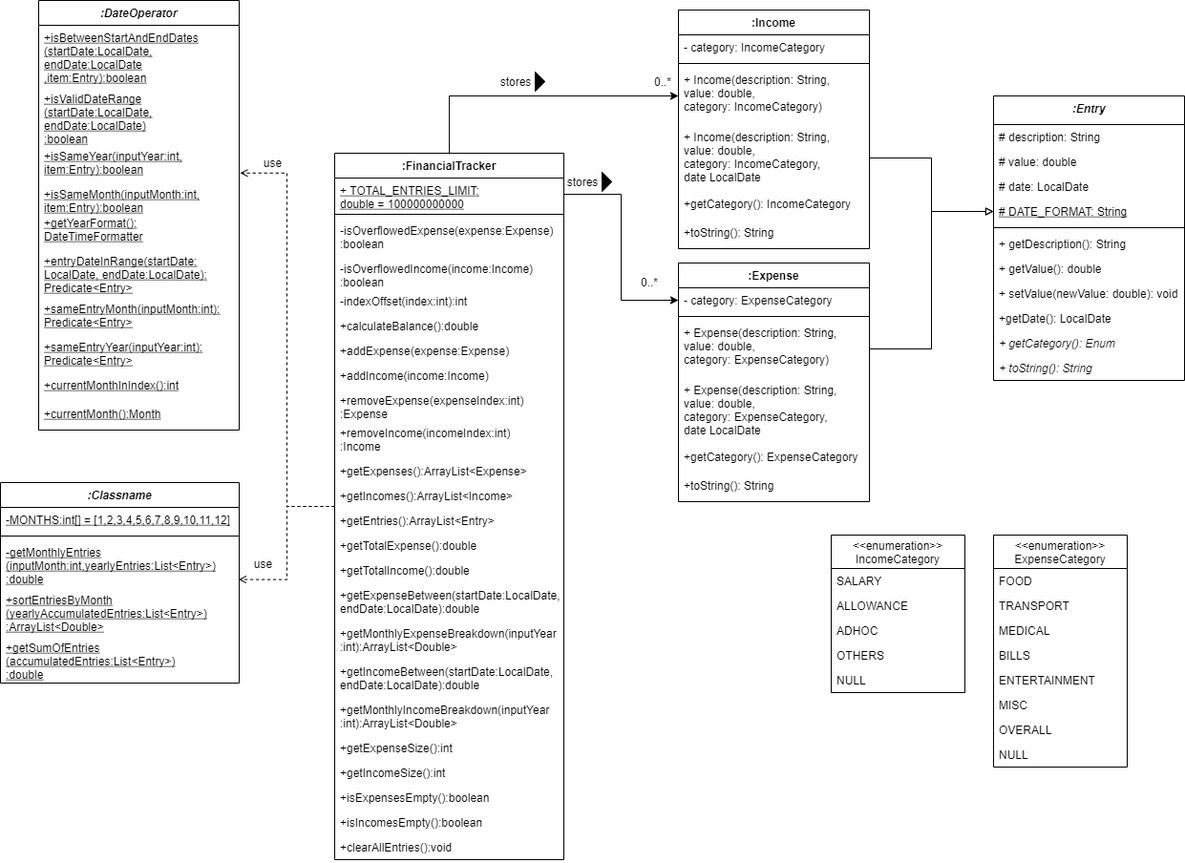
Before: docs/FinancialTrackerCD.drawio.png, a diagram exported from draw.io (nus-cs2113-AY2122S1/tp). Source tidied: cells renumbered, new cells last; positions are measured from the earlier drawing's top-left corner, leaving out a move shared by most shapes.
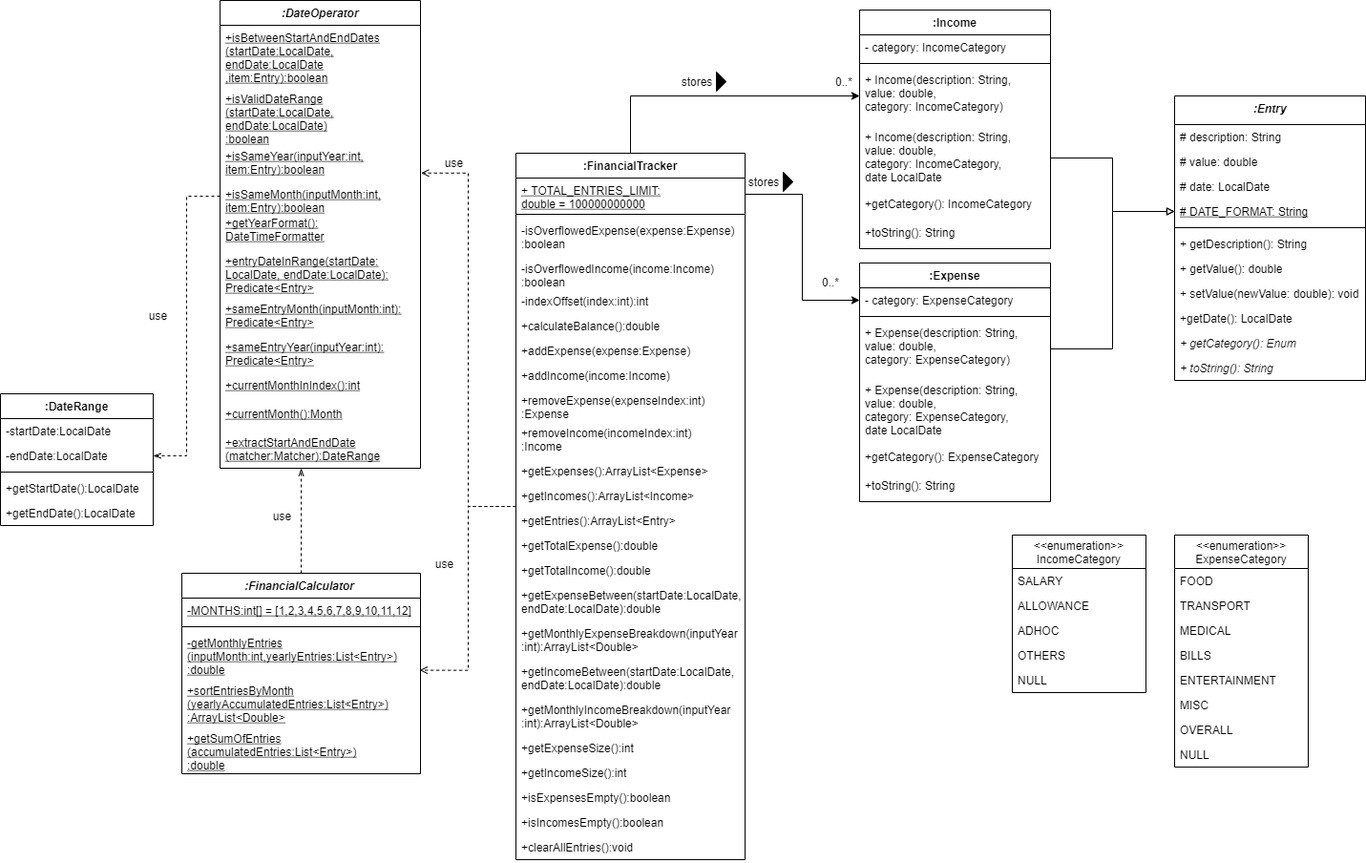
After the change.

What changed in the source:
```diff
@@ -219,7 +219,7 @@
       <mxGeometry relative="1" as="geometry" />
     </mxCell>
     <mxCell id="74" value=":DateOperator" style="swimlane;fontStyle=3;horizontal=1;startSize=26;fillColor=none;fontColor=#000000;" parent="1" vertex="1">
-      <mxGeometry x="40" width="210" height="450" as="geometry" />
+      <mxGeometry x="40" width="210" height="490" as="geometry" />
     </mxCell>
     <mxCell id="75" value="+isBetweenStartAndEndDates&#10;(startDate:LocalDate,&#10;endDate:LocalDate&#10;,item:Entry):boolean&#10;" style="text;strokeColor=none;fillColor=none;align=left;verticalAlign=top;spacingLeft=4;spacingRight=4;overflow=hidden;fontColor=#000000;fontStyle=4;" parent="74" vertex="1">
       <mxGeometry y="26" width="210" height="64" as="geometry" />
@@ -251,8 +251,14 @@
     <mxCell id="84" value="+currentMonth():Month" style="text;strokeColor=none;fillColor=none;align=left;verticalAlign=top;spacingLeft=4;spacingRight=4;overflow=hidden;fontColor=#000000;fontStyle=4;" parent="74" vertex="1">
       <mxGeometry y="420" width="210" height="30" as="geometry" />
     </mxCell>
+    <mxCell id="99" value="+extractStartAndEndDate&#10;(matcher:Matcher):DateRange" style="text;strokeColor=none;fillColor=none;align=left;verticalAlign=top;spacingLeft=4;spacingRight=4;overflow=hidden;points=[[0,0.5],[1,0.5]];portConstraint=eastwest;fontColor=#000000;fontStyle=4;" parent="74" vertex="1">
+      <mxGeometry y="450" width="210" height="40" as="geometry" />
+    </mxCell>
+    <mxCell id="100" style="edgeStyle=orthogonalEdgeStyle;rounded=0;jettySize=auto;html=1;exitX=0.5;exitY=0;exitDx=0;exitDy=0;entryX=0.405;entryY=1;entryDx=0;entryDy=0;entryPerimeter=0;dashed=1;endArrow=openThin;endFill=0;" parent="1" edge="1" source="85" target="99">
+      <mxGeometry relative="1" as="geometry" />
+    </mxCell>
-    <mxCell id="85" value=":Classname" style="swimlane;fontStyle=3;align=center;verticalAlign=top;horizontal=1;startSize=26;fontColor=#000000;" parent="1" vertex="1">
-      <mxGeometry y="505" width="250" height="210" as="geometry" />
+    <mxCell id="85" value=":FinancialCalculator " style="swimlane;fontStyle=3;align=center;verticalAlign=top;horizontal=1;startSize=26;fontColor=#000000;" parent="1" vertex="1">
+      <mxGeometry y="600" width="250" height="210" as="geometry" />
     </mxCell>
     <mxCell id="86" value="-MONTHS:int[] = [1,2,3,4,5,6,7,8,9,10,11,12]" style="text;strokeColor=none;fillColor=none;align=left;verticalAlign=top;spacingLeft=4;spacingRight=4;overflow=hidden;fontColor=#000000;fontStyle=4;" parent="85" vertex="1">
       <mxGeometry y="26" width="250" height="26" as="geometry" />
@@ -293,5 +299,32 @@
     <mxCell id="98" value="use" style="text;html=1;align=center;verticalAlign=middle;strokeColor=none;fillColor=none;fontColor=#000000;" parent="1" vertex="1">
       <mxGeometry x="260" y="580" width="30" height="20" as="geometry" />
     </mxCell>
+    <mxCell id="101" value=":DateRange" style="swimlane;fontStyle=1;align=center;verticalAlign=top;horizontal=1;startSize=26;" parent="1" vertex="1">
+      <mxGeometry x="-190" y="412" width="160" height="138" as="geometry" />
+    </mxCell>
+    <mxCell id="102" value="-startDate:LocalDate" style="text;strokeColor=none;fillColor=none;align=left;verticalAlign=top;spacingLeft=4;spacingRight=4;overflow=hidden;" parent="101" vertex="1">
+      <mxGeometry y="26" width="160" height="26" as="geometry" />
+    </mxCell>
+    <mxCell id="103" value="-endDate:LocalDate" style="text;strokeColor=none;fillColor=none;align=left;verticalAlign=top;spacingLeft=4;spacingRight=4;overflow=hidden;points=[[0,0.5],[1,0.5]];portConstraint=eastwest;" parent="101" vertex="1">
+      <mxGeometry y="52" width="160" height="26" as="geometry" />
+    </mxCell>
+    <mxCell id="104" style="line;strokeWidth=1;fillColor=none;align=left;verticalAlign=middle;spacingTop=-1;spacingLeft=3;spacingRight=3;labelPosition=right;" parent="101" vertex="1">
+      <mxGeometry y="78" width="160" height="8" as="geometry" />
+    </mxCell>
+    <mxCell id="105" value="+getStartDate():LocalDate" style="text;strokeColor=none;fillColor=none;align=left;verticalAlign=top;spacingLeft=4;spacingRight=4;overflow=hidden;" parent="101" vertex="1">
+      <mxGeometry y="86" width="160" height="26" as="geometry" />
+    </mxCell>
+    <mxCell id="106" value="+getEndDate():LocalDate" style="text;strokeColor=none;fillColor=none;align=left;verticalAlign=top;spacingLeft=4;spacingRight=4;overflow=hidden;" parent="101" vertex="1">
+      <mxGeometry y="112" width="160" height="26" as="geometry" />
+    </mxCell>
+    <mxCell id="107" style="edgeStyle=orthogonalEdgeStyle;rounded=0;jettySize=auto;html=1;dashed=1;endArrow=openThin;endFill=0;entryX=1;entryY=0.5;entryDx=0;entryDy=0;" parent="1" edge="1" source="78" target="103">
+      <mxGeometry relative="1" as="geometry" />
+    </mxCell>
+    <mxCell id="108" value="use" style="text;html=1;align=center;verticalAlign=middle;strokeColor=none;fillColor=none;fontColor=#000000;" parent="1" vertex="1">
+      <mxGeometry x="-40" y="320" width="30" height="20" as="geometry" />
+    </mxCell>
+    <mxCell id="109" value="use" style="text;html=1;align=center;verticalAlign=middle;strokeColor=none;fillColor=none;fontColor=#000000;" parent="1" vertex="1">
+      <mxGeometry x="90" y="530" width="30" height="20" as="geometry" />
+    </mxCell>
   </root>
 </mxGraphModel>
```
